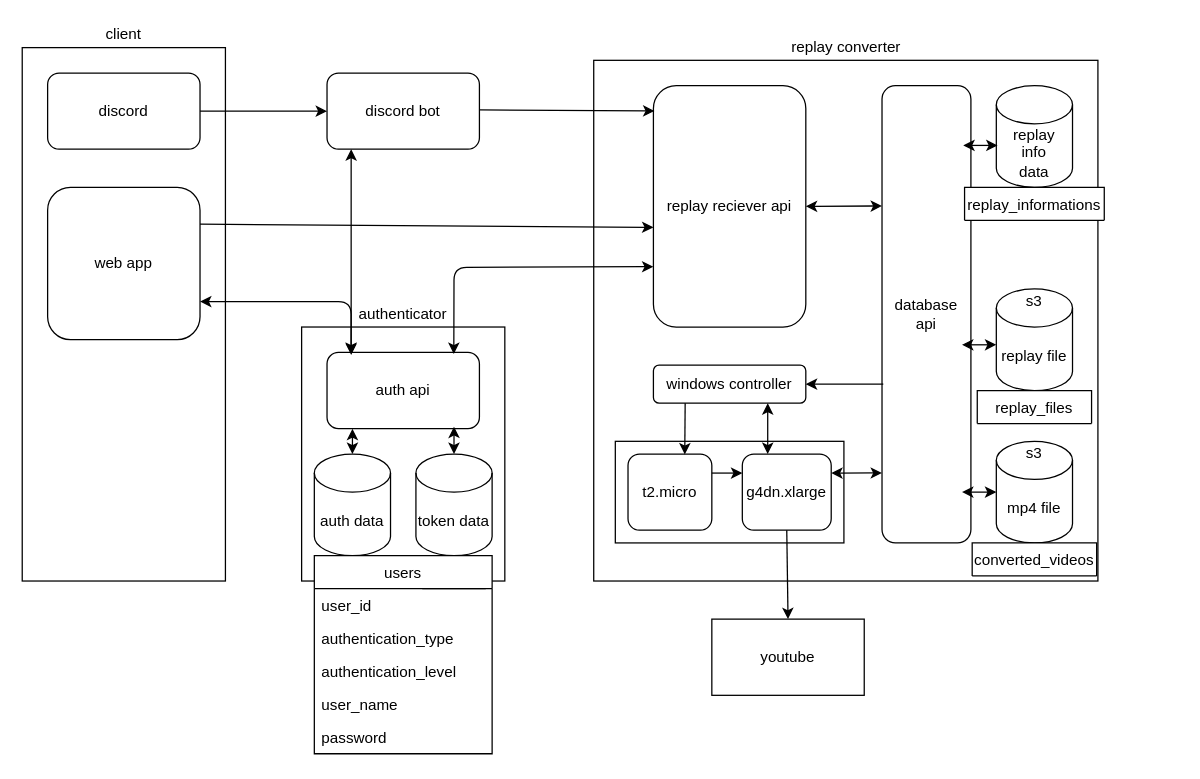
tforce7171/replay_-to_video keeps this draw.io diagram as Untitled Diagram.drawio. Above is the earlier version. Source tidied: cells renumbered, new cells numbered last; positions are measured from the earlier drawing's top-left corner, leaving out a move shared by most shapes. Both pictures are drawn from the tidied source at 127%, with x=0, y=0 at pixel (22, 22).
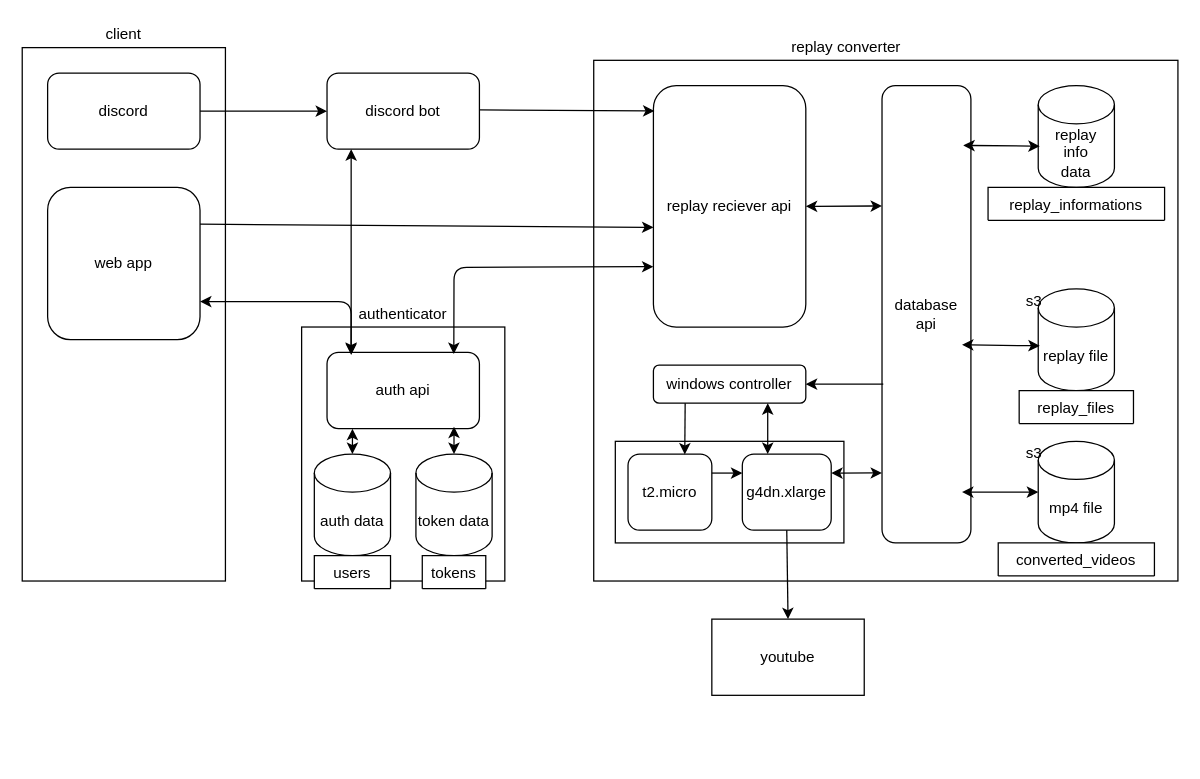
The same page after the edit.

Change to the diagram source:
```diff
@@
     <mxCell id="4" style="rounded=0;whiteSpace=wrap;html=1;" parent="1" vertex="1">
-      <mxGeometry x="450" y="30" width="397" height="410" as="geometry" />
+      <mxGeometry x="450" y="30" width="460" height="410" as="geometry" />
     </mxCell>
@@
     <mxCell id="6" value="mp4 file" style="shape=cylinder3;whiteSpace=wrap;html=1;boundedLbl=1;backgroundOutline=1;size=15;" parent="1" vertex="1">
-      <mxGeometry x="767" y="330" width="60" height="80" as="geometry" />
+      <mxGeometry x="800" y="330" width="60" height="80" as="geometry" />
     </mxCell>
     <mxCell id="7" value="replay&lt;br&gt;info&lt;br&gt;data" style="shape=cylinder3;whiteSpace=wrap;html=1;boundedLbl=1;backgroundOutline=1;size=15;" parent="1" vertex="1">
-      <mxGeometry x="767" y="50" width="60" height="80" as="geometry" />
+      <mxGeometry x="800" y="50" width="60" height="80" as="geometry" />
     </mxCell>
     <mxCell id="8" value="replay file" style="shape=cylinder3;whiteSpace=wrap;html=1;boundedLbl=1;backgroundOutline=1;size=15;" parent="1" vertex="1">
-      <mxGeometry x="767" y="210" width="60" height="80" as="geometry" />
+      <mxGeometry x="800" y="210" width="60" height="80" as="geometry" />
     </mxCell>
@@
-    <mxCell id="27" style="endArrow=classic;startArrow=classic;html=1;exitX=0;exitY=0.5;exitDx=0;exitDy=0;exitPerimeter=0;" parent="1" edge="1">
+    <mxCell id="27" style="endArrow=classic;startArrow=classic;html=1;exitX=0.02;exitY=0.595;exitDx=0;exitDy=0;exitPerimeter=0;" parent="1" edge="1" source="7">
       <mxGeometry relative="1" as="geometry">
-        <mxPoint x="768" y="97" as="sourcePoint" />
         <mxPoint x="741" y="97" as="targetPoint" />
       </mxGeometry>
     </mxCell>
-    <mxCell id="28" style="endArrow=classic;startArrow=classic;html=1;exitX=0;exitY=0.5;exitDx=0;exitDy=0;exitPerimeter=0;" parent="1" edge="1">
+    <mxCell id="28" style="endArrow=classic;startArrow=classic;html=1;exitX=0.02;exitY=0.56;exitDx=0;exitDy=0;exitPerimeter=0;" parent="1" edge="1" source="8">
       <mxGeometry relative="1" as="geometry">
-        <mxPoint x="767" y="254" as="sourcePoint" />
         <mxPoint x="740" y="254" as="targetPoint" />
       </mxGeometry>
     </mxCell>
@@
-    <mxCell id="39" value="users" style="swimlane;fontStyle=0;horizontal=1;startSize=26;" parent="1" vertex="1">
-      <mxGeometry x="230" y="420" width="140" height="156" as="geometry" />
+    <mxCell id="39" value="users" style="swimlane;fontStyle=0;horizontal=1;startSize=26;" parent="1" vertex="1" collapsed="1">
+      <mxGeometry x="230" y="420" width="60" height="26" as="geometry" />
     </mxCell>
-    <mxCell id="40" value="user_id" style="text;strokeColor=none;fillColor=none;align=left;verticalAlign=top;spacingLeft=4;spacingRight=4;overflow=hidden;" parent="39" vertex="1">
-      <mxGeometry y="26" width="140" height="26" as="geometry" />
-    </mxCell>
-    <mxCell id="41" value="authentication_type" style="text;strokeColor=none;fillColor=none;align=left;verticalAlign=top;spacingLeft=4;spacingRight=4;overflow=hidden;" parent="39" vertex="1">
-      <mxGeometry y="52" width="140" height="26" as="geometry" />
-    </mxCell>
-    <mxCell id="42" value="authentication_level" style="text;strokeColor=none;fillColor=none;align=left;verticalAlign=top;spacingLeft=4;spacingRight=4;overflow=hidden;" parent="39" vertex="1">
-      <mxGeometry y="78" width="140" height="26" as="geometry" />
-    </mxCell>
-    <mxCell id="43" value="user_name" style="text;strokeColor=none;fillColor=none;align=left;verticalAlign=top;spacingLeft=4;spacingRight=4;overflow=hidden;" parent="39" vertex="1">
-      <mxGeometry y="104" width="140" height="26" as="geometry" />
-    </mxCell>
-    <mxCell id="44" value="password" style="text;strokeColor=none;fillColor=none;align=left;verticalAlign=top;spacingLeft=4;spacingRight=4;overflow=hidden;" parent="39" vertex="1">
-      <mxGeometry y="130" width="140" height="26" as="geometry" />
-    </mxCell>
     <mxCell id="45" value="converted_videos" style="swimlane;fontStyle=0;horizontal=1;startSize=26;fillColor=#ffffff;gradientColor=none;" parent="1" vertex="1" collapsed="1">
-      <mxGeometry x="748" y="410" width="98" height="26" as="geometry" />
+      <mxGeometry x="768.5" y="410" width="123" height="26" as="geometry" />
     </mxCell>
@@
     <mxCell id="52" value="replay_files" style="swimlane;fontStyle=0;horizontal=1;startSize=26;fillColor=#ffffff;gradientColor=none;" parent="1" vertex="1" collapsed="1">
-      <mxGeometry x="752" y="290" width="90" height="26" as="geometry" />
+      <mxGeometry x="785" y="290" width="90" height="26" as="geometry" />
     </mxCell>
     <mxCell id="53" value="replay_informations" style="swimlane;fontStyle=0;horizontal=1;startSize=26;" parent="1" vertex="1" collapsed="1">
-      <mxGeometry x="742" y="130" width="110" height="26" as="geometry" />
+      <mxGeometry x="760.5" y="130" width="139" height="26" as="geometry" />
     </mxCell>
```
